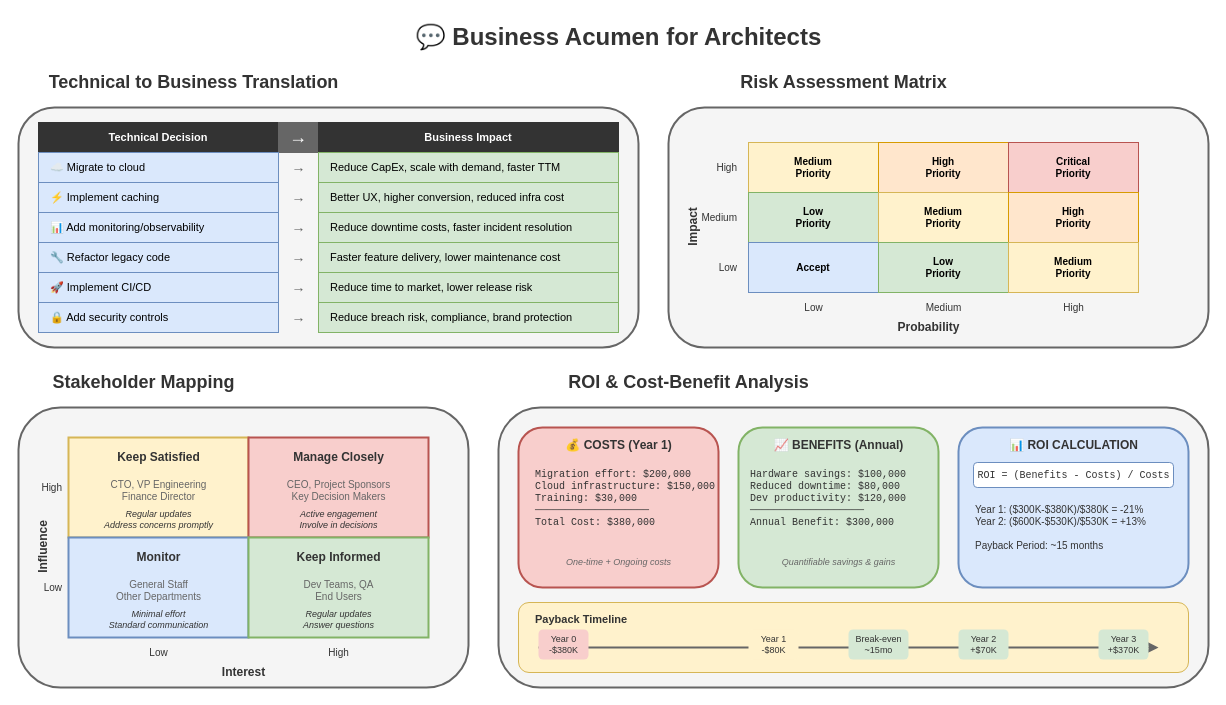
Above: lesson-10-soft-skills/diagrams/3.1-business-acumen.drawio in MrParkerZ7/document-lesson-software-architect-x-claude (draw.io), before the change. Source tidied: cells renumbered, new cells numbered last; positions are measured from the earlier drawing's top-left corner, leaving out a move shared by most shapes. Both pictures are drawn from the tidied source at 100%, with x=0, y=0 at pixel (13, 17).
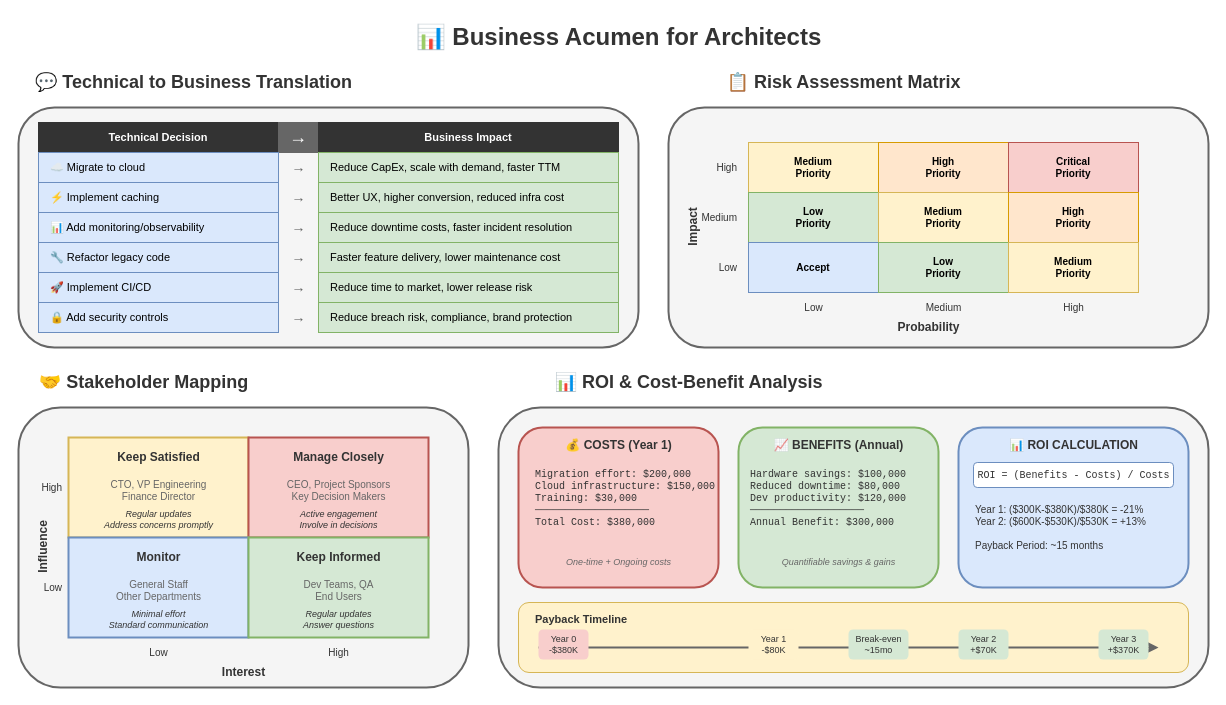
The same page after the edit.

Diff of the diagram source:
```diff
@@
-    <mxCell id="2" value="💬 Business Acumen for Architects" style="text;html=1;strokeColor=none;fillColor=none;align=center;verticalAlign=middle;fontSize=24;fontStyle=1;fontColor=#333333;" parent="1" vertex="1">
+    <mxCell id="2" value="📊 Business Acumen for Architects" style="text;html=1;strokeColor=none;fillColor=none;align=center;verticalAlign=middle;fontSize=24;fontStyle=1;fontColor=#333333;" parent="1" vertex="1">
       <mxGeometry x="305" width="600" height="40" as="geometry" />
     </mxCell>
-    <mxCell id="3" value="Technical to Business Translation" style="text;html=1;strokeColor=none;fillColor=none;align=center;verticalAlign=middle;fontSize=18;fontStyle=1;fontColor=#333333;" parent="1" vertex="1">
+    <mxCell id="3" value="💬 Technical to Business Translation" style="text;html=1;strokeColor=none;fillColor=none;align=center;verticalAlign=middle;fontSize=18;fontStyle=1;fontColor=#333333;" parent="1" vertex="1">
       <mxGeometry x="5" y="50" width="350" height="30" as="geometry" />
     </mxCell>
@@
-    <mxCell id="26" value="Risk Assessment Matrix" style="text;html=1;strokeColor=none;fillColor=none;align=center;verticalAlign=middle;fontSize=18;fontStyle=1;fontColor=#333333;" parent="1" vertex="1">
+    <mxCell id="26" value="📋 Risk Assessment Matrix" style="text;html=1;strokeColor=none;fillColor=none;align=center;verticalAlign=middle;fontSize=18;fontStyle=1;fontColor=#333333;" parent="1" vertex="1">
       <mxGeometry x="705" y="50" width="250" height="30" as="geometry" />
     </mxCell>
@@
-    <mxCell id="45" value="Stakeholder Mapping" style="text;html=1;strokeColor=none;fillColor=none;align=center;verticalAlign=middle;fontSize=18;fontStyle=1;fontColor=#333333;" parent="1" vertex="1">
+    <mxCell id="45" value="🤝 Stakeholder Mapping" style="text;html=1;strokeColor=none;fillColor=none;align=center;verticalAlign=middle;fontSize=18;fontStyle=1;fontColor=#333333;" parent="1" vertex="1">
       <mxGeometry x="5" y="350" width="250" height="30" as="geometry" />
     </mxCell>
@@
-    <mxCell id="69" value="ROI &amp; Cost-Benefit Analysis" style="text;html=1;strokeColor=none;fillColor=none;align=center;verticalAlign=middle;fontSize=18;fontStyle=1;fontColor=#333333;" parent="1" vertex="1">
+    <mxCell id="69" value="📊 ROI &amp; Cost-Benefit Analysis" style="text;html=1;strokeColor=none;fillColor=none;align=center;verticalAlign=middle;fontSize=18;fontStyle=1;fontColor=#333333;" parent="1" vertex="1">
       <mxGeometry x="525" y="350" width="300" height="30" as="geometry" />
     </mxCell>
```
